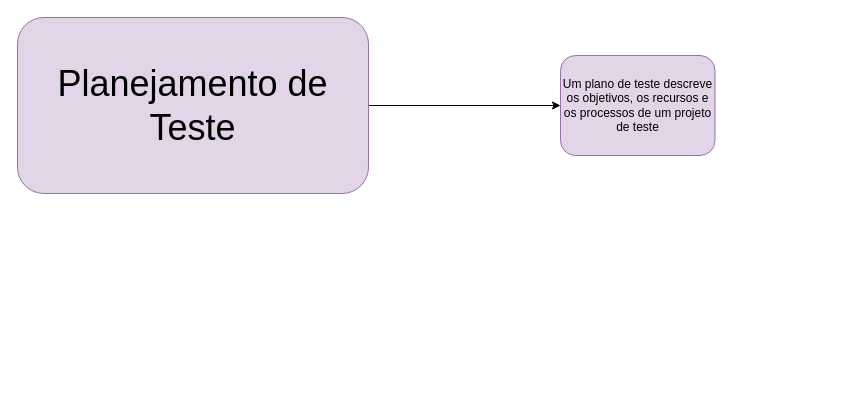
Above: capitulo5.drawio in Natalirodriguess/estudos (draw.io), before the change. Source tidied: cells renumbered, new cells numbered last; positions are measured from the earlier drawing's top-left corner, leaving out a move shared by most shapes. Both pictures are drawn from the tidied source at 100%, with x=0, y=0 at pixel (17, 17).
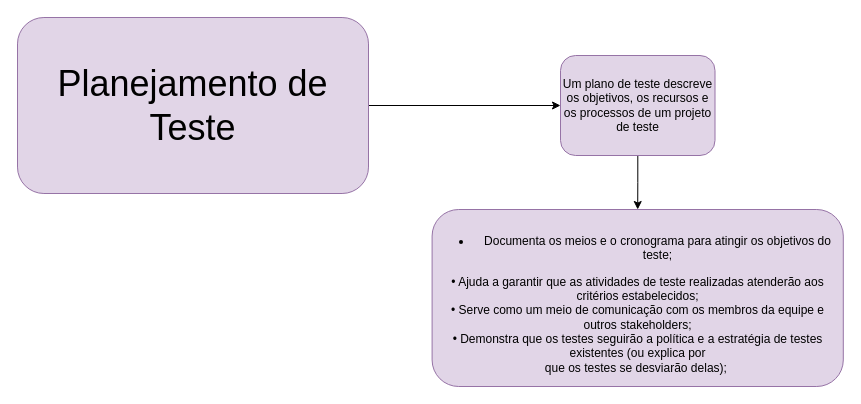
The same diagram, later.

The edit, as a diff of the source:
```diff
@@
 <mxGraphModel>
   <root>
     <mxCell id="0" />
     <mxCell id="1" parent="0" />
     <mxCell id="2" style="edgeStyle=orthogonalEdgeStyle;rounded=0;jettySize=auto;html=1;" parent="1" edge="1" source="3" target="4">
       <mxGeometry relative="1" as="geometry" />
     </mxCell>
     <mxCell id="3" value="&lt;font style=&quot;font-size: 36px;&quot;&gt;Planejamento de Teste&lt;/font&gt;" style="rounded=1;whiteSpace=wrap;html=1;fillColor=#e1d5e7;strokeColor=#9673a6;" parent="1" vertex="1">
       <mxGeometry width="351" height="176" as="geometry" />
     </mxCell>
+    <mxCell id="5" style="edgeStyle=orthogonalEdgeStyle;rounded=0;jettySize=auto;html=1;" parent="1" edge="1" source="4" target="6">
+      <mxGeometry relative="1" as="geometry" />
+    </mxCell>
     <mxCell id="4" value="Um plano de teste descreve os objetivos, os recursos e os processos de um projeto de teste" style="whiteSpace=wrap;html=1;fillColor=#e1d5e7;strokeColor=#9673a6;rounded=1;" parent="1" vertex="1">
       <mxGeometry x="543" y="38" width="154.5" height="100" as="geometry" />
     </mxCell>
+    <mxCell id="6" value="&lt;ul&gt;&lt;li&gt;Documenta os meios e o cronograma para atingir os objetivos do teste;&lt;/li&gt;&lt;/ul&gt;• Ajuda a garantir que as atividades de teste realizadas atenderão aos critérios estabelecidos; &lt;br&gt;• Serve como um meio de comunicação com os membros da equipe e outros stakeholders; &lt;br&gt;• Demonstra que os testes seguirão a política e a estratégia de testes existentes (ou explica por &lt;br&gt;que os testes se desviarão delas);&amp;nbsp;" style="whiteSpace=wrap;html=1;fillColor=#e1d5e7;strokeColor=#9673a6;rounded=1;" parent="1" vertex="1">
+      <mxGeometry x="414.6" y="192" width="411.2" height="177" as="geometry" />
+    </mxCell>
   </root>
 </mxGraphModel>
```
